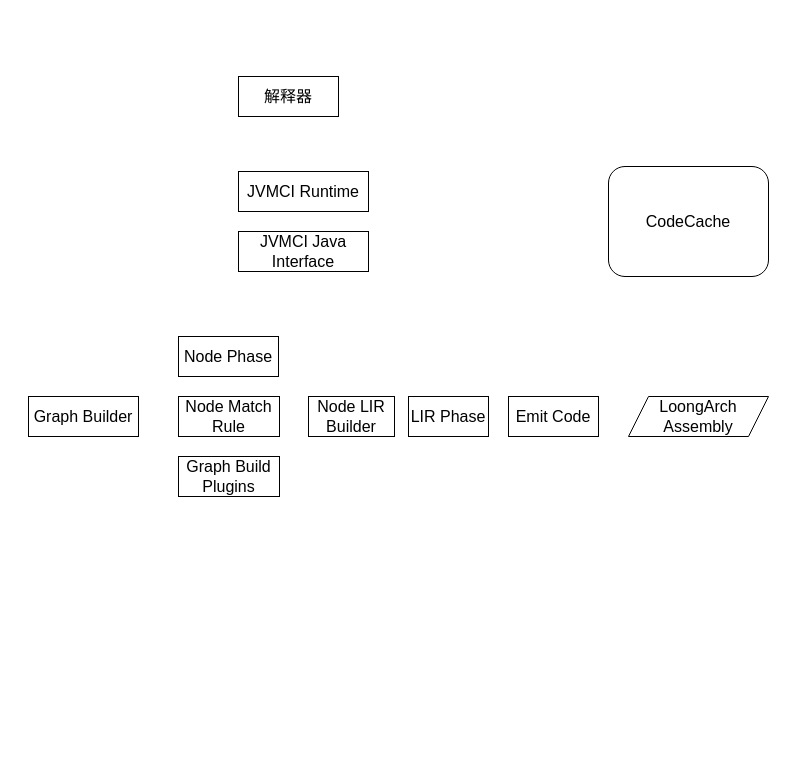
The draw.io diagram Intro.drawio in f123888/Draw.IO, before the edit. Source tidied: cells renumbered, new cells numbered last; positions are measured from the earlier drawing's top-left corner, leaving out a move shared by most shapes. Both pictures are drawn from the tidied source at 100%, with x=0, y=0 at pixel (28, 76).
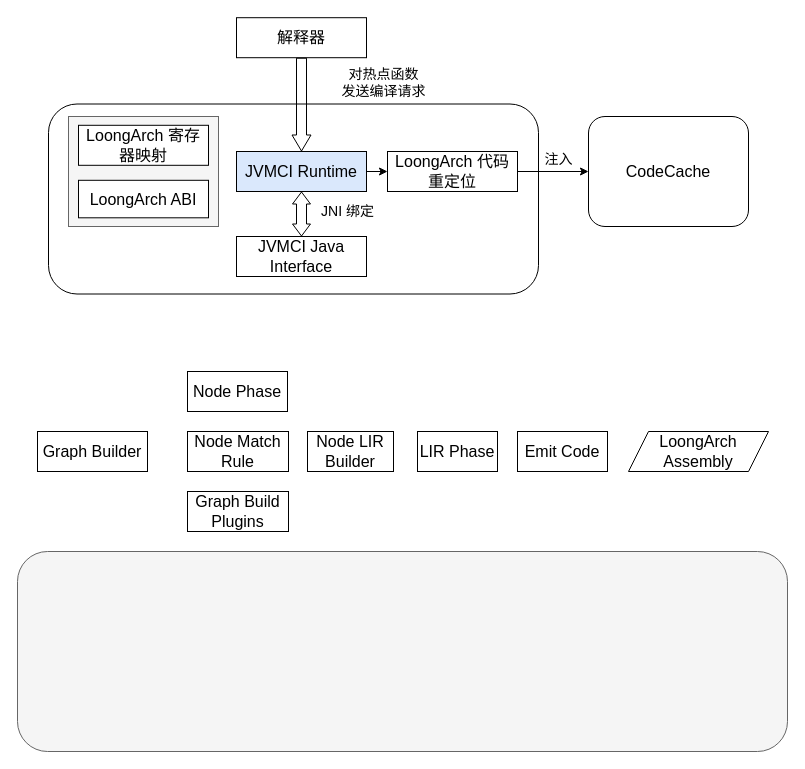
The same diagram, later.

Diff of the diagram source:
```diff
@@
+    <mxCell id="14" style="rounded=1;whiteSpace=wrap;html=1;" parent="1" vertex="1">
+      <mxGeometry x="20" y="27.5" width="490" height="190" as="geometry" />
+    </mxCell>
+    <mxCell id="15" style="rounded=0;whiteSpace=wrap;html=1;fillColor=#f5f5f5;fontColor=#333333;strokeColor=#666666;" parent="1" vertex="1">
+      <mxGeometry x="40" y="40" width="150" height="110" as="geometry" />
+    </mxCell>
+    <mxCell id="16" style="rounded=1;whiteSpace=wrap;html=1;fillColor=#f5f5f5;fontColor=#333333;strokeColor=#666666;" parent="1" vertex="1">
+      <mxGeometry x="-11" y="475" width="770" height="200" as="geometry" />
+    </mxCell>
     <mxCell id="2" value="&lt;font style=&quot;font-size: 16px;&quot;&gt;解释器&lt;/font&gt;" style="rounded=0;whiteSpace=wrap;html=1;" parent="1" vertex="1">
-      <mxGeometry x="210" width="100" height="40" as="geometry" />
+      <mxGeometry x="208" y="-58.8" width="130" height="40" as="geometry" />
     </mxCell>
     <mxCell id="3" value="&lt;font style=&quot;font-size: 16px;&quot;&gt;JVMCI Java Interface&lt;/font&gt;" style="rounded=0;whiteSpace=wrap;html=1;" parent="1" vertex="1">
-      <mxGeometry x="210" y="155" width="130" height="40" as="geometry" />
+      <mxGeometry x="208" y="160" width="130" height="40" as="geometry" />
     </mxCell>
+    <mxCell id="17" style="edgeStyle=orthogonalEdgeStyle;rounded=0;jettySize=auto;html=1;exitX=1;exitY=0.5;exitDx=0;exitDy=0;entryX=0;entryY=0.5;entryDx=0;entryDy=0;" parent="1" edge="1" source="4" target="19">
+      <mxGeometry relative="1" as="geometry" />
+    </mxCell>
-    <mxCell id="4" value="&lt;font style=&quot;font-size: 16px;&quot;&gt;JVMCI Runtime&lt;/font&gt;" style="rounded=0;whiteSpace=wrap;html=1;" parent="1" vertex="1">
-      <mxGeometry x="210" y="95" width="130" height="40" as="geometry" />
+    <mxCell id="4" value="&lt;font style=&quot;font-size: 16px;&quot;&gt;JVMCI Runtime&lt;/font&gt;" style="rounded=0;whiteSpace=wrap;html=1;fillColor=#dae8fc;strokeColor=#000000;" parent="1" vertex="1">
+      <mxGeometry x="208" y="75" width="130" height="40" as="geometry" />
     </mxCell>
     <mxCell id="5" value="&lt;font style=&quot;font-size: 16px;&quot;&gt;Graph Builder&lt;/font&gt;" style="rounded=0;whiteSpace=wrap;html=1;" parent="1" vertex="1">
-      <mxGeometry y="320" width="110" height="40" as="geometry" />
+      <mxGeometry x="9" y="355" width="110" height="40" as="geometry" />
     </mxCell>
     <mxCell id="6" value="&lt;font style=&quot;font-size: 16px;&quot;&gt;Node Phase&lt;/font&gt;" style="rounded=0;whiteSpace=wrap;html=1;" parent="1" vertex="1">
-      <mxGeometry x="150" y="260" width="100" height="40" as="geometry" />
+      <mxGeometry x="159" y="295" width="100" height="40" as="geometry" />
     </mxCell>
     <mxCell id="7" value="&lt;font style=&quot;font-size: 16px;&quot;&gt;Node LIR Builder&lt;/font&gt;" style="rounded=0;whiteSpace=wrap;html=1;" parent="1" vertex="1">
-      <mxGeometry x="280" y="320" width="86" height="40" as="geometry" />
+      <mxGeometry x="279" y="355" width="86" height="40" as="geometry" />
     </mxCell>
     <mxCell id="8" value="&lt;font style=&quot;font-size: 16px;&quot;&gt;LIR Phase&lt;/font&gt;" style="rounded=0;whiteSpace=wrap;html=1;" parent="1" vertex="1">
-      <mxGeometry x="380" y="320" width="80" height="40" as="geometry" />
+      <mxGeometry x="389" y="355" width="80" height="40" as="geometry" />
     </mxCell>
     <mxCell id="9" value="&lt;span style=&quot;font-size: 16px;&quot;&gt;Emit Code&lt;/span&gt;" style="rounded=0;whiteSpace=wrap;html=1;" parent="1" vertex="1">
-      <mxGeometry x="480" y="320" width="90" height="40" as="geometry" />
+      <mxGeometry x="489" y="355" width="90" height="40" as="geometry" />
     </mxCell>
     <mxCell id="10" value="&lt;font style=&quot;font-size: 16px;&quot;&gt;Node Match Rule&lt;/font&gt;" style="rounded=0;whiteSpace=wrap;html=1;" parent="1" vertex="1">
-      <mxGeometry x="150" y="320" width="101" height="40" as="geometry" />
+      <mxGeometry x="159" y="355" width="101" height="40" as="geometry" />
     </mxCell>
     <mxCell id="11" value="&lt;font style=&quot;font-size: 16px;&quot;&gt;Graph Build Plugins&lt;/font&gt;" style="rounded=0;whiteSpace=wrap;html=1;" parent="1" vertex="1">
-      <mxGeometry x="150" y="380" width="101" height="40" as="geometry" />
+      <mxGeometry x="159" y="415" width="101" height="40" as="geometry" />
     </mxCell>
     <mxCell id="12" value="&lt;font style=&quot;font-size: 16px;&quot;&gt;CodeCache&lt;/font&gt;" style="rounded=1;whiteSpace=wrap;html=1;" parent="1" vertex="1">
-      <mxGeometry x="580" y="90" width="160" height="110" as="geometry" />
+      <mxGeometry x="560" y="40" width="160" height="110" as="geometry" />
     </mxCell>
     <mxCell id="13" value="&lt;span style=&quot;font-size: 16px;&quot;&gt;LoongArch Assembly&lt;/span&gt;" style="shape=parallelogram;perimeter=parallelogramPerimeter;whiteSpace=wrap;html=1;fixedSize=1;" parent="1" vertex="1">
-      <mxGeometry x="600" y="320" width="140" height="40" as="geometry" />
+      <mxGeometry x="600" y="355" width="140" height="40" as="geometry" />
     </mxCell>
+    <mxCell id="18" style="edgeStyle=orthogonalEdgeStyle;rounded=0;jettySize=auto;html=1;exitX=1;exitY=0.5;exitDx=0;exitDy=0;entryX=0;entryY=0.5;entryDx=0;entryDy=0;" parent="1" edge="1" source="19" target="12">
+      <mxGeometry relative="1" as="geometry" />
+    </mxCell>
+    <mxCell id="19" value="&lt;font style=&quot;font-size: 16px;&quot;&gt;LoongArch 代码重定位&lt;/font&gt;" style="rounded=0;whiteSpace=wrap;html=1;" parent="1" vertex="1">
+      <mxGeometry x="359" y="75" width="130" height="40" as="geometry" />
+    </mxCell>
+    <mxCell id="20" value="&lt;font style=&quot;font-size: 16px;&quot;&gt;LoongArch ABI&lt;/font&gt;" style="rounded=0;whiteSpace=wrap;html=1;" parent="1" vertex="1">
+      <mxGeometry x="50" y="103.8" width="130" height="37.5" as="geometry" />
+    </mxCell>
+    <mxCell id="21" value="&lt;font style=&quot;font-size: 16px;&quot;&gt;LoongArch 寄存器映射&lt;/font&gt;" style="rounded=0;whiteSpace=wrap;html=1;" parent="1" vertex="1">
+      <mxGeometry x="50" y="48.8" width="130" height="40" as="geometry" />
+    </mxCell>
+    <mxCell id="22" style="shape=flexArrow;endArrow=classic;html=1;rounded=0;exitX=0.5;exitY=1;exitDx=0;exitDy=0;entryX=0.5;entryY=0;entryDx=0;entryDy=0;endSize=5;startSize=6;endWidth=8;strokeWidth=1;" parent="1" edge="1" source="2" target="4">
+      <mxGeometry relative="1" as="geometry" />
+    </mxCell>
+    <mxCell id="23" value="&lt;font style=&quot;font-size: 14px;&quot;&gt;对热点函数&lt;br&gt;发送编译请求&lt;/font&gt;" style="text;html=1;align=center;verticalAlign=middle;strokeColor=none;fillColor=none;" parent="1" vertex="1">
+      <mxGeometry x="300" y="-18.8" width="110" height="50" as="geometry" />
+    </mxCell>
+    <mxCell id="24" style="shape=flexArrow;endArrow=classic;startArrow=classic;html=1;rounded=0;entryX=0.5;entryY=1;entryDx=0;entryDy=0;exitX=0.5;exitY=0;exitDx=0;exitDy=0;endSize=3.6671140939597313;startSize=3.6671140939597313;endWidth=6.97986577181208;startWidth=6.97986577181208;" parent="1" edge="1" source="3" target="4">
+      <mxGeometry relative="1" as="geometry" />
+    </mxCell>
+    <mxCell id="25" value="&lt;font style=&quot;font-size: 14px;&quot;&gt;JNI 绑定&lt;/font&gt;" style="text;html=1;align=center;verticalAlign=middle;strokeColor=none;fillColor=none;" parent="1" vertex="1">
+      <mxGeometry x="279" y="120" width="80" height="30" as="geometry" />
+    </mxCell>
+    <mxCell id="26" value="&lt;font style=&quot;font-size: 14px;&quot;&gt;注入&lt;/font&gt;" style="text;html=1;align=center;verticalAlign=middle;strokeColor=none;fillColor=none;" parent="1" vertex="1">
+      <mxGeometry x="505" y="68" width="50" height="30" as="geometry" />
+    </mxCell>
```
